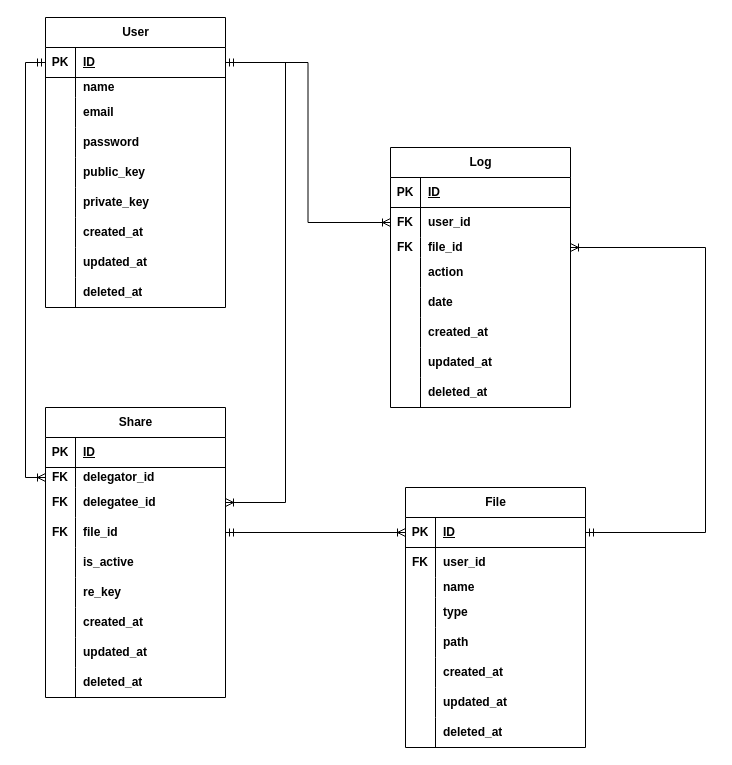
myagmartseren/pre keeps this draw.io diagram as doc/database.drawio. Above is the earlier version. Source tidied: cells renumbered, new cells numbered last; positions are measured from the earlier drawing's top-left corner, leaving out a move shared by most shapes. Both pictures are drawn from the tidied source at 100%, with x=0, y=0 at pixel (45, 17).
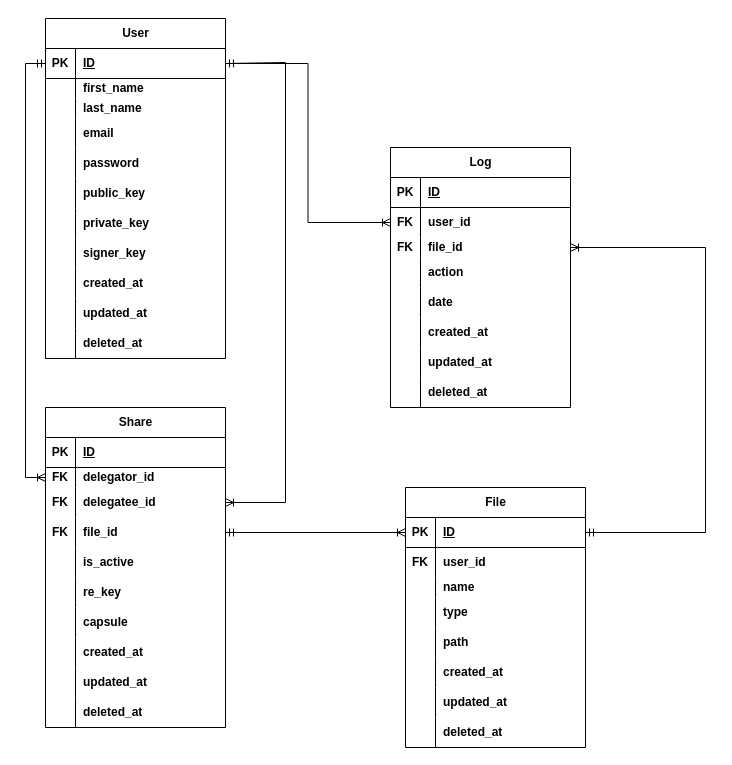
The same diagram, later.

The change refers to these unchanged cells:
```xml
<mxCell id="59" style="shape=tableRow;horizontal=0;startSize=0;swimlaneHead=0;swimlaneBody=0;fillColor=none;top=0;left=0;right=0;bottom=0;" parent="55" vertex="1">
  <mxGeometry y="60" width="180" height="20" as="geometry" />
</mxCell>
```

The edit, as a diff of the source:
```diff
@@
     <mxCell id="2" value="&lt;b&gt;Share&lt;/b&gt;" style="shape=table;startSize=30;childLayout=tableLayout;rowLines=0;fontStyle=0;align=center;html=1;" parent="1" vertex="1">
-      <mxGeometry y="390" width="180" height="290" as="geometry" />
+      <mxGeometry y="390" width="180" height="320" as="geometry" />
     </mxCell>
@@
+    <mxCell id="113" style="shape=tableRow;horizontal=0;startSize=0;swimlaneHead=0;swimlaneBody=0;fillColor=none;top=0;left=0;right=0;bottom=0;" parent="2" vertex="1">
+      <mxGeometry y="200" width="180" height="30" as="geometry" />
+    </mxCell>
+    <mxCell id="114" style="shape=partialRectangle;fillColor=none;top=0;left=0;bottom=0;right=0;overflow=hidden;whiteSpace=wrap;html=1;" parent="113" vertex="1">
+      <mxGeometry width="30" height="30" as="geometry" />
+    </mxCell>
+    <mxCell id="115" value="&lt;b&gt;capsule&lt;br&gt;&lt;/b&gt;" style="shape=partialRectangle;fillColor=none;top=0;left=0;bottom=0;right=0;align=left;spacingLeft=6;overflow=hidden;whiteSpace=wrap;html=1;" parent="113" vertex="1">
+      <mxGeometry x="30" width="150" height="30" as="geometry" />
+    </mxCell>
     <mxCell id="21" style="shape=tableRow;horizontal=0;startSize=0;swimlaneHead=0;swimlaneBody=0;fillColor=none;top=0;left=0;right=0;bottom=0;" parent="2" vertex="1">
-      <mxGeometry y="200" width="180" height="30" as="geometry" />
+      <mxGeometry y="230" width="180" height="30" as="geometry" />
     </mxCell>
@@
     <mxCell id="24" style="shape=tableRow;horizontal=0;startSize=0;swimlaneHead=0;swimlaneBody=0;fillColor=none;top=0;left=0;right=0;bottom=0;" parent="2" vertex="1">
-      <mxGeometry y="230" width="180" height="30" as="geometry" />
+      <mxGeometry y="260" width="180" height="30" as="geometry" />
     </mxCell>
@@
     <mxCell id="27" style="shape=tableRow;horizontal=0;startSize=0;swimlaneHead=0;swimlaneBody=0;fillColor=none;top=0;left=0;right=0;bottom=0;" parent="2" vertex="1">
-      <mxGeometry y="260" width="180" height="30" as="geometry" />
+      <mxGeometry y="290" width="180" height="30" as="geometry" />
     </mxCell>
@@
     <mxCell id="55" value="&lt;b&gt;User&lt;/b&gt;" style="shape=table;startSize=30;childLayout=tableLayout;rowLines=0;fontStyle=0;align=center;html=1;" parent="1" vertex="1">
-      <mxGeometry width="180" height="290" as="geometry" />
+      <mxGeometry y="1" width="180" height="340" as="geometry" />
     </mxCell>
@@
-    <mxCell id="61" value="&lt;b&gt;name&lt;/b&gt;" style="shape=partialRectangle;fillColor=none;top=0;left=0;bottom=0;right=0;align=left;spacingLeft=6;overflow=hidden;whiteSpace=wrap;html=1;" parent="59" vertex="1">
+    <mxCell id="61" value="&lt;b&gt;first_name&lt;/b&gt;" style="shape=partialRectangle;fillColor=none;top=0;left=0;bottom=0;right=0;align=left;spacingLeft=6;overflow=hidden;whiteSpace=wrap;html=1;" parent="59" vertex="1">
       <mxGeometry x="30" width="150" height="20" as="geometry" />
     </mxCell>
+    <mxCell id="116" style="shape=tableRow;horizontal=0;startSize=0;swimlaneHead=0;swimlaneBody=0;fillColor=none;top=0;left=0;right=0;bottom=0;" parent="55" vertex="1">
+      <mxGeometry y="80" width="180" height="20" as="geometry" />
+    </mxCell>
+    <mxCell id="117" style="shape=partialRectangle;fillColor=none;top=0;left=0;bottom=0;right=0;overflow=hidden;whiteSpace=wrap;html=1;" parent="116" vertex="1">
+      <mxGeometry width="30" height="20" as="geometry" />
+    </mxCell>
+    <mxCell id="118" value="&lt;b&gt;last_name&lt;/b&gt;" style="shape=partialRectangle;fillColor=none;top=0;left=0;bottom=0;right=0;align=left;spacingLeft=6;overflow=hidden;whiteSpace=wrap;html=1;" parent="116" vertex="1">
+      <mxGeometry x="30" width="150" height="20" as="geometry" />
+    </mxCell>
     <mxCell id="62" style="shape=tableRow;horizontal=0;startSize=0;swimlaneHead=0;swimlaneBody=0;fillColor=none;top=0;left=0;right=0;bottom=0;" parent="55" vertex="1">
-      <mxGeometry y="80" width="180" height="30" as="geometry" />
+      <mxGeometry y="100" width="180" height="30" as="geometry" />
     </mxCell>
@@
     <mxCell id="65" style="shape=tableRow;horizontal=0;startSize=0;swimlaneHead=0;swimlaneBody=0;fillColor=none;top=0;left=0;right=0;bottom=0;" parent="55" vertex="1">
-      <mxGeometry y="110" width="180" height="30" as="geometry" />
+      <mxGeometry y="130" width="180" height="30" as="geometry" />
     </mxCell>
@@
     <mxCell id="68" style="shape=tableRow;horizontal=0;startSize=0;swimlaneHead=0;swimlaneBody=0;fillColor=none;top=0;left=0;right=0;bottom=0;" parent="55" vertex="1">
-      <mxGeometry y="140" width="180" height="30" as="geometry" />
+      <mxGeometry y="160" width="180" height="30" as="geometry" />
     </mxCell>
@@
     <mxCell id="71" style="shape=tableRow;horizontal=0;startSize=0;swimlaneHead=0;swimlaneBody=0;fillColor=none;top=0;left=0;right=0;bottom=0;" parent="55" vertex="1">
-      <mxGeometry y="170" width="180" height="30" as="geometry" />
+      <mxGeometry y="190" width="180" height="30" as="geometry" />
     </mxCell>
@@
+    <mxCell id="119" style="shape=tableRow;horizontal=0;startSize=0;swimlaneHead=0;swimlaneBody=0;fillColor=none;top=0;left=0;right=0;bottom=0;" parent="55" vertex="1">
+      <mxGeometry y="220" width="180" height="30" as="geometry" />
+    </mxCell>
+    <mxCell id="120" style="shape=partialRectangle;fillColor=none;top=0;left=0;bottom=0;right=0;overflow=hidden;whiteSpace=wrap;html=1;" parent="119" vertex="1">
+      <mxGeometry width="30" height="30" as="geometry" />
+    </mxCell>
+    <mxCell id="121" value="&lt;b&gt;signer_key&lt;br&gt;&lt;/b&gt;" style="shape=partialRectangle;fillColor=none;top=0;left=0;bottom=0;right=0;align=left;spacingLeft=6;overflow=hidden;whiteSpace=wrap;html=1;" parent="119" vertex="1">
+      <mxGeometry x="30" width="150" height="30" as="geometry" />
+    </mxCell>
     <mxCell id="74" style="shape=tableRow;horizontal=0;startSize=0;swimlaneHead=0;swimlaneBody=0;fillColor=none;top=0;left=0;right=0;bottom=0;" parent="55" vertex="1">
-      <mxGeometry y="200" width="180" height="30" as="geometry" />
+      <mxGeometry y="250" width="180" height="30" as="geometry" />
     </mxCell>
@@
     <mxCell id="77" style="shape=tableRow;horizontal=0;startSize=0;swimlaneHead=0;swimlaneBody=0;fillColor=none;top=0;left=0;right=0;bottom=0;" parent="55" vertex="1">
-      <mxGeometry y="230" width="180" height="30" as="geometry" />
+      <mxGeometry y="280" width="180" height="30" as="geometry" />
     </mxCell>
@@
     <mxCell id="80" style="shape=tableRow;horizontal=0;startSize=0;swimlaneHead=0;swimlaneBody=0;fillColor=none;top=0;left=0;right=0;bottom=0;" parent="55" vertex="1">
-      <mxGeometry y="260" width="180" height="30" as="geometry" />
+      <mxGeometry y="310" width="180" height="30" as="geometry" />
     </mxCell>
```
